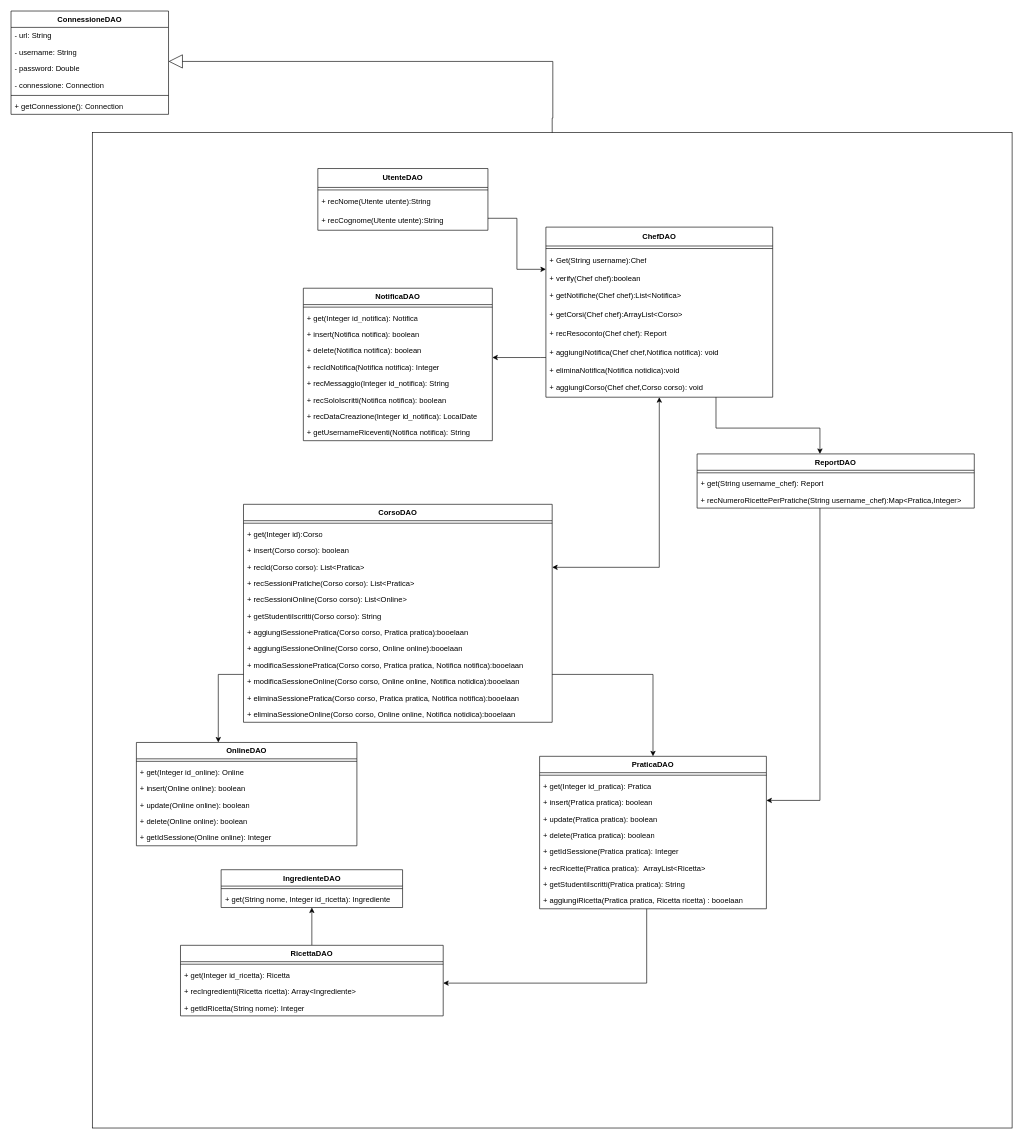
MetisWastaken/UninaFoodLab keeps this draw.io diagram as page "dao" (2 of 3) of obj/uml/UML1.drawio. Above is the earlier version. Source tidied: cells renumbered, new cells numbered last; positions are measured from the earlier drawing's top-left corner, leaving out a move shared by most shapes. Both pictures are drawn from the tidied source at 63%, with x=0, y=0 at pixel (11, 11).
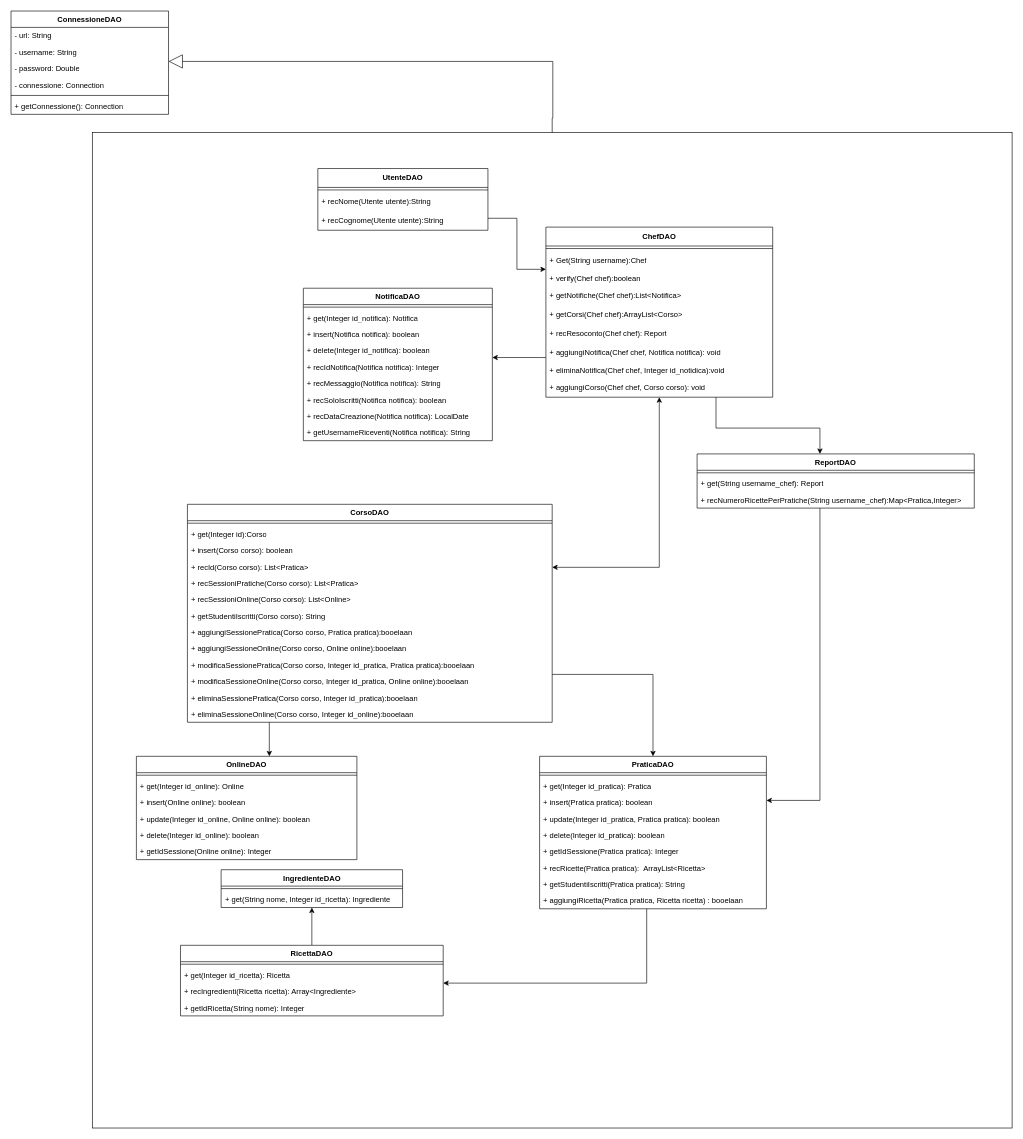
Above is the later version.

The change refers to these unchanged cells:
```xml
<mxCell id="28" value="PraticaDAO" style="swimlane;align=center;verticalAlign=top;horizontal=1;startSize=26;whiteSpace=wrap;html=1;" parent="1" vertex="1">
  <mxGeometry x="839" y="1183" width="360" height="242" as="geometry" />
</mxCell>
<mxCell id="55" value="NotificaDAO" style="swimlane;align=center;verticalAlign=top;horizontal=1;startSize=26;whiteSpace=wrap;html=1;" parent="1" vertex="1">
  <mxGeometry x="464" y="440" width="300" height="242" as="geometry" />
</mxCell>
<mxCell id="77" value="&lt;b&gt;ChefDAO&lt;/b&gt;" style="swimlane;fontStyle=0;horizontal=1;startSize=30;whiteSpace=wrap;html=1;" parent="1" vertex="1">
  <mxGeometry x="849" y="343" width="360" height="270" as="geometry" />
</mxCell>
```

The edit, as a diff of the source:
```diff
@@
     <mxCell id="17" value="OnlineDAO" style="swimlane;align=center;verticalAlign=top;horizontal=1;startSize=26;whiteSpace=wrap;html=1;" parent="1" vertex="1">
-      <mxGeometry x="199" y="1161" width="350" height="164" as="geometry" />
+      <mxGeometry x="199" y="1183" width="350" height="164" as="geometry" />
     </mxCell>
@@
-    <mxCell id="21" value="+ update(Online online): boolean" style="text;strokeColor=none;fillColor=none;align=left;verticalAlign=top;spacingLeft=4;spacingRight=4;overflow=hidden;whiteSpace=wrap;html=1;" parent="17" vertex="1">
+    <mxCell id="21" value="+ update(Integer id_online, Online online): boolean" style="text;strokeColor=none;fillColor=none;align=left;verticalAlign=top;spacingLeft=4;spacingRight=4;overflow=hidden;whiteSpace=wrap;html=1;" parent="17" vertex="1">
       <mxGeometry y="86" width="350" height="26" as="geometry" />
     </mxCell>
-    <mxCell id="22" value="+ delete(Online online): boolean" style="text;strokeColor=none;fillColor=none;align=left;verticalAlign=top;spacingLeft=4;spacingRight=4;overflow=hidden;whiteSpace=wrap;html=1;" parent="17" vertex="1">
+    <mxCell id="22" value="+ delete(Integer id_online): boolean" style="text;strokeColor=none;fillColor=none;align=left;verticalAlign=top;spacingLeft=4;spacingRight=4;overflow=hidden;whiteSpace=wrap;html=1;" parent="17" vertex="1">
       <mxGeometry y="112" width="350" height="26" as="geometry" />
     </mxCell>
@@
-    <mxCell id="32" value="+ update(Pratica pratica): boolean" style="text;strokeColor=none;fillColor=none;align=left;verticalAlign=top;spacingLeft=4;spacingRight=4;overflow=hidden;whiteSpace=wrap;html=1;" parent="28" vertex="1">
+    <mxCell id="32" value="+ update(Integer id_pratica, Pratica pratica): boolean" style="text;strokeColor=none;fillColor=none;align=left;verticalAlign=top;spacingLeft=4;spacingRight=4;overflow=hidden;whiteSpace=wrap;html=1;" parent="28" vertex="1">
       <mxGeometry y="86" width="360" height="26" as="geometry" />
     </mxCell>
-    <mxCell id="33" value="+ delete(Pratica pratica): boolean" style="text;strokeColor=none;fillColor=none;align=left;verticalAlign=top;spacingLeft=4;spacingRight=4;overflow=hidden;whiteSpace=wrap;html=1;" parent="28" vertex="1">
+    <mxCell id="33" value="+ delete(Integer id_pratica): boolean" style="text;strokeColor=none;fillColor=none;align=left;verticalAlign=top;spacingLeft=4;spacingRight=4;overflow=hidden;whiteSpace=wrap;html=1;" parent="28" vertex="1">
       <mxGeometry y="112" width="360" height="26" as="geometry" />
     </mxCell>
@@
     <mxCell id="39" style="edgeStyle=orthogonalEdgeStyle;rounded=0;jettySize=auto;html=1;" parent="1" edge="1" source="41" target="17">
       <mxGeometry relative="1" as="geometry">
         <Array as="points">
-          <mxPoint x="329" y="1053" />
+          <mxPoint x="410" y="1160" />
+          <mxPoint x="410" y="1160" />
         </Array>
       </mxGeometry>
     </mxCell>
@@
     <mxCell id="41" value="CorsoDAO" style="swimlane;align=center;verticalAlign=top;horizontal=1;startSize=26;whiteSpace=wrap;html=1;" parent="1" vertex="1">
-      <mxGeometry x="369" y="783" width="490" height="346" as="geometry" />
+      <mxGeometry x="280" y="783" width="579" height="346" as="geometry" />
     </mxCell>
     <mxCell id="42" style="line;strokeWidth=1;fillColor=none;align=left;verticalAlign=middle;spacingTop=-1;spacingLeft=3;spacingRight=3;labelPosition=right;strokeColor=inherit;" parent="41" vertex="1">
-      <mxGeometry y="26" width="490" height="8" as="geometry" />
+      <mxGeometry y="26" width="579" height="8" as="geometry" />
     </mxCell>
     <mxCell id="43" value="+ get(Integer id&lt;span style=&quot;color: light-dark(rgb(0, 0, 0), rgb(255, 255, 255)); background-color: transparent;&quot;&gt;):Corso&lt;/span&gt;" style="text;strokeColor=none;fillColor=none;align=left;verticalAlign=top;spacingLeft=4;spacingRight=4;overflow=hidden;whiteSpace=wrap;html=1;" parent="41" vertex="1">
-      <mxGeometry y="34" width="490" height="26" as="geometry" />
+      <mxGeometry y="34" width="579" height="26" as="geometry" />
     </mxCell>
     <mxCell id="44" value="+ insert(Corso corso&lt;span style=&quot;color: light-dark(rgb(0, 0, 0), rgb(255, 255, 255)); background-color: transparent;&quot;&gt;): boolean&lt;/span&gt;" style="text;strokeColor=none;fillColor=none;align=left;verticalAlign=top;spacingLeft=4;spacingRight=4;overflow=hidden;whiteSpace=wrap;html=1;" parent="41" vertex="1">
-      <mxGeometry y="60" width="490" height="26" as="geometry" />
+      <mxGeometry y="60" width="579" height="26" as="geometry" />
     </mxCell>
     <mxCell id="45" value="+ recId(Corso corso): List&amp;lt;Pratica&amp;gt;" style="text;strokeColor=none;fillColor=none;align=left;verticalAlign=top;spacingLeft=4;spacingRight=4;overflow=hidden;whiteSpace=wrap;html=1;" parent="41" vertex="1">
-      <mxGeometry y="86" width="490" height="26" as="geometry" />
+      <mxGeometry y="86" width="579" height="26" as="geometry" />
     </mxCell>
     <mxCell id="46" value="+ recSessioniPratiche(Corso corso): List&amp;lt;Pratica&amp;gt;" style="text;strokeColor=none;fillColor=none;align=left;verticalAlign=top;spacingLeft=4;spacingRight=4;overflow=hidden;whiteSpace=wrap;html=1;" parent="41" vertex="1">
-      <mxGeometry y="112" width="490" height="26" as="geometry" />
+      <mxGeometry y="112" width="579" height="26" as="geometry" />
     </mxCell>
     <mxCell id="47" value="+ recSessioniOnline(Corso corso): List&amp;lt;Online&amp;gt;" style="text;strokeColor=none;fillColor=none;align=left;verticalAlign=top;spacingLeft=4;spacingRight=4;overflow=hidden;whiteSpace=wrap;html=1;" parent="41" vertex="1">
-      <mxGeometry y="138" width="490" height="26" as="geometry" />
+      <mxGeometry y="138" width="579" height="26" as="geometry" />
     </mxCell>
     <mxCell id="48" value="+ getStudentiIscritti(Corso corso): String" style="text;strokeColor=none;fillColor=none;align=left;verticalAlign=top;spacingLeft=4;spacingRight=4;overflow=hidden;whiteSpace=wrap;html=1;" parent="41" vertex="1">
-      <mxGeometry y="164" width="490" height="26" as="geometry" />
+      <mxGeometry y="164" width="579" height="26" as="geometry" />
     </mxCell>
     <mxCell id="49" value="+ aggiungiSessionePratica(Corso corso, Pratica pratica):booelaan" style="text;strokeColor=none;fillColor=none;align=left;verticalAlign=top;spacingLeft=4;spacingRight=4;overflow=hidden;whiteSpace=wrap;html=1;" parent="41" vertex="1">
-      <mxGeometry y="190" width="490" height="26" as="geometry" />
+      <mxGeometry y="190" width="579" height="26" as="geometry" />
     </mxCell>
     <mxCell id="50" value="+ aggiungiSessioneOnline(Corso corso,&amp;nbsp;Online online):booelaan" style="text;strokeColor=none;fillColor=none;align=left;verticalAlign=top;spacingLeft=4;spacingRight=4;overflow=hidden;whiteSpace=wrap;html=1;" parent="41" vertex="1">
-      <mxGeometry y="216" width="490" height="26" as="geometry" />
+      <mxGeometry y="216" width="579" height="26" as="geometry" />
     </mxCell>
-    <mxCell id="51" value="+ modificaSessionePratica(Corso corso,&amp;nbsp;Pratica pratica, Notifica notifica):booelaan" style="text;strokeColor=none;fillColor=none;align=left;verticalAlign=top;spacingLeft=4;spacingRight=4;overflow=hidden;whiteSpace=wrap;html=1;" parent="41" vertex="1">
-      <mxGeometry y="242" width="490" height="26" as="geometry" />
+    <mxCell id="51" value="+ modificaSessionePratica(Corso corso, Integer id_pratica, Pratica pratica):booelaan" style="text;strokeColor=none;fillColor=none;align=left;verticalAlign=top;spacingLeft=4;spacingRight=4;overflow=hidden;whiteSpace=wrap;html=1;" parent="41" vertex="1">
+      <mxGeometry y="242" width="579" height="26" as="geometry" />
     </mxCell>
-    <mxCell id="52" value="+ modificaSessioneOnline(Corso corso,&amp;nbsp;Online online, Notifica notidica):booelaan" style="text;strokeColor=none;fillColor=none;align=left;verticalAlign=top;spacingLeft=4;spacingRight=4;overflow=hidden;whiteSpace=wrap;html=1;" parent="41" vertex="1">
-      <mxGeometry y="268" width="490" height="26" as="geometry" />
+    <mxCell id="52" value="+ modificaSessioneOnline(Corso corso, Integer id_pratica, Online online):booelaan" style="text;strokeColor=none;fillColor=none;align=left;verticalAlign=top;spacingLeft=4;spacingRight=4;overflow=hidden;whiteSpace=wrap;html=1;" parent="41" vertex="1">
+      <mxGeometry y="268" width="579" height="26" as="geometry" />
     </mxCell>
-    <mxCell id="53" value="+ eliminaSessionePratica(Corso corso,&amp;nbsp;Pratica pratica, Notifica notifica):booelaan" style="text;strokeColor=none;fillColor=none;align=left;verticalAlign=top;spacingLeft=4;spacingRight=4;overflow=hidden;whiteSpace=wrap;html=1;" parent="41" vertex="1">
-      <mxGeometry y="294" width="490" height="26" as="geometry" />
+    <mxCell id="53" value="+ eliminaSessionePratica(Corso corso, Integer id_pratica):booelaan" style="text;strokeColor=none;fillColor=none;align=left;verticalAlign=top;spacingLeft=4;spacingRight=4;overflow=hidden;whiteSpace=wrap;html=1;" parent="41" vertex="1">
+      <mxGeometry y="294" width="579" height="26" as="geometry" />
     </mxCell>
-    <mxCell id="54" value="+ eliminaSessioneOnline(Corso corso,&amp;nbsp;Online online, Notifica notidica):booelaan" style="text;strokeColor=none;fillColor=none;align=left;verticalAlign=top;spacingLeft=4;spacingRight=4;overflow=hidden;whiteSpace=wrap;html=1;" parent="41" vertex="1">
-      <mxGeometry y="320" width="490" height="26" as="geometry" />
+    <mxCell id="54" value="+ eliminaSessioneOnline(Corso corso, Integer id_online):booelaan" style="text;strokeColor=none;fillColor=none;align=left;verticalAlign=top;spacingLeft=4;spacingRight=4;overflow=hidden;whiteSpace=wrap;html=1;" parent="41" vertex="1">
+      <mxGeometry y="320" width="579" height="26" as="geometry" />
     </mxCell>
@@
-    <mxCell id="59" value="+ delete(Notifica notifica): boolean" style="text;strokeColor=none;fillColor=none;align=left;verticalAlign=top;spacingLeft=4;spacingRight=4;overflow=hidden;whiteSpace=wrap;html=1;" parent="55" vertex="1">
+    <mxCell id="59" value="+ delete(Integer id_notifica): boolean" style="text;strokeColor=none;fillColor=none;align=left;verticalAlign=top;spacingLeft=4;spacingRight=4;overflow=hidden;whiteSpace=wrap;html=1;" parent="55" vertex="1">
       <mxGeometry y="86" width="300" height="26" as="geometry" />
     </mxCell>
@@
-    <mxCell id="61" value="+ recMessaggio(Integer id_notifica): String" style="text;strokeColor=none;fillColor=none;align=left;verticalAlign=top;spacingLeft=4;spacingRight=4;overflow=hidden;whiteSpace=wrap;html=1;" parent="55" vertex="1">
+    <mxCell id="61" value="+ recMessaggio(Notifica notifica): String" style="text;strokeColor=none;fillColor=none;align=left;verticalAlign=top;spacingLeft=4;spacingRight=4;overflow=hidden;whiteSpace=wrap;html=1;" parent="55" vertex="1">
       <mxGeometry y="138" width="300" height="26" as="geometry" />
     </mxCell>
@@
-    <mxCell id="63" value="+ recDataCreazione(Integer id_notifica): LocalDate" style="text;strokeColor=none;fillColor=none;align=left;verticalAlign=top;spacingLeft=4;spacingRight=4;overflow=hidden;whiteSpace=wrap;html=1;" parent="55" vertex="1">
+    <mxCell id="63" value="+ recDataCreazione(Notifica notifica): LocalDate" style="text;strokeColor=none;fillColor=none;align=left;verticalAlign=top;spacingLeft=4;spacingRight=4;overflow=hidden;whiteSpace=wrap;html=1;" parent="55" vertex="1">
       <mxGeometry y="190" width="300" height="26" as="geometry" />
     </mxCell>
@@
-    <mxCell id="84" value="+ aggiungiNotifica(Chef chef,Notifica notifica): void" style="text;strokeColor=none;fillColor=none;align=left;verticalAlign=middle;spacingLeft=4;spacingRight=4;overflow=hidden;whiteSpace=wrap;html=1;" parent="77" vertex="1">
+    <mxCell id="84" value="+ aggiungiNotifica(Chef chef, Notifica notifica): void" style="text;strokeColor=none;fillColor=none;align=left;verticalAlign=middle;spacingLeft=4;spacingRight=4;overflow=hidden;whiteSpace=wrap;html=1;" parent="77" vertex="1">
       <mxGeometry y="184" width="360" height="30" as="geometry" />
     </mxCell>
-    <mxCell id="85" value="+ eliminaNotifica(Notifica notidica):void" style="text;strokeColor=none;fillColor=none;align=left;verticalAlign=top;spacingLeft=4;spacingRight=4;overflow=hidden;whiteSpace=wrap;html=1;" parent="77" vertex="1">
+    <mxCell id="85" value="+ eliminaNotifica(Chef chef, Integer id_notidica):void" style="text;strokeColor=none;fillColor=none;align=left;verticalAlign=top;spacingLeft=4;spacingRight=4;overflow=hidden;whiteSpace=wrap;html=1;" parent="77" vertex="1">
       <mxGeometry y="214" width="360" height="26" as="geometry" />
     </mxCell>
-    <mxCell id="86" value="+ aggiungiCorso(Chef chef,Corso corso): void" style="text;strokeColor=none;fillColor=none;align=left;verticalAlign=middle;spacingLeft=4;spacingRight=4;overflow=hidden;whiteSpace=wrap;html=1;" parent="77" vertex="1">
+    <mxCell id="86" value="+ aggiungiCorso(Chef chef, Corso corso): void" style="text;strokeColor=none;fillColor=none;align=left;verticalAlign=middle;spacingLeft=4;spacingRight=4;overflow=hidden;whiteSpace=wrap;html=1;" parent="77" vertex="1">
       <mxGeometry y="240" width="360" height="30" as="geometry" />
     </mxCell>
```
